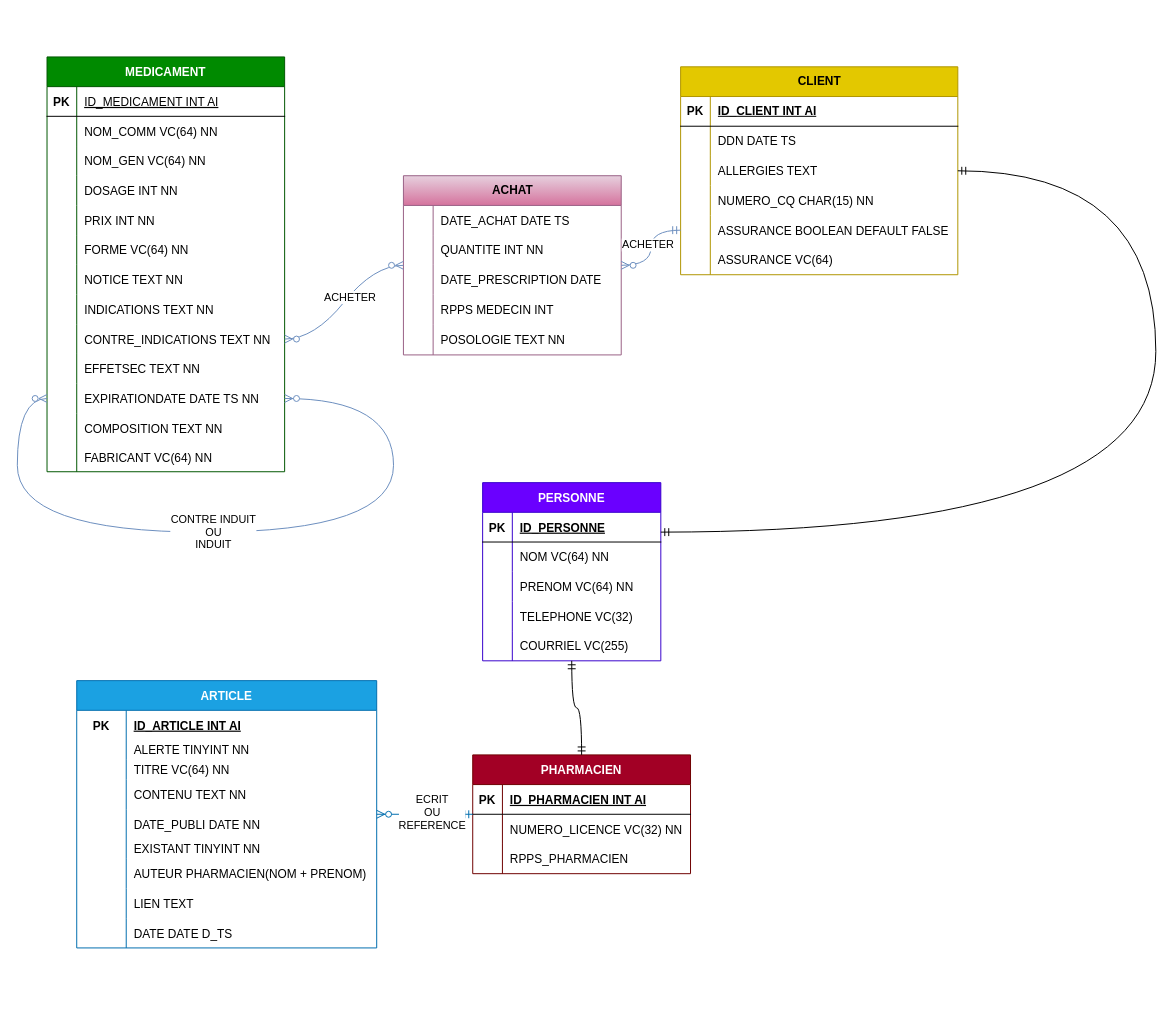
The draw.io diagram docs/MCD.drawio in LazuliEXE/PharmaZen, before the edit. Source tidied: cells renumbered, new cells numbered last; positions are measured from the earlier drawing's top-left corner, leaving out a move shared by most shapes. Both pictures are drawn from the tidied source at 99%, with x=0, y=0 at pixel (17, 56).
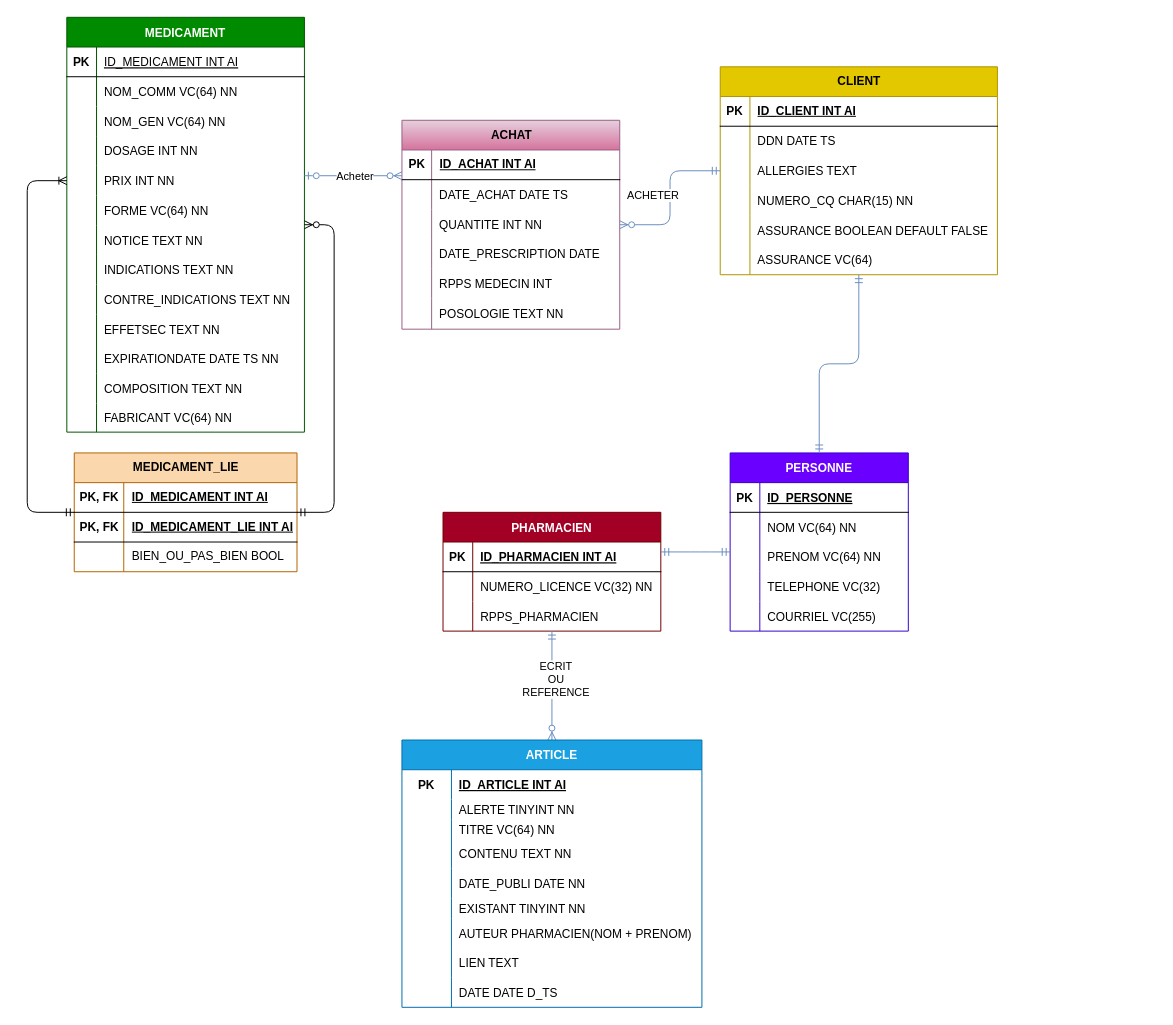
The same diagram, later.

The change refers to these unchanged cells:
```xml
<mxCell id="55" style="shape=tableRow;horizontal=0;startSize=0;swimlaneHead=0;swimlaneBody=0;fillColor=none;points=[[0,0.5],[1,0.5]];portConstraint=eastwest;top=0;left=0;right=0;bottom=0;" parent="42" vertex="1">
  <mxGeometry y="150" width="240" height="30" as="geometry" />
</mxCell>
<mxCell id="67" style="shape=tableRow;horizontal=0;startSize=0;swimlaneHead=0;swimlaneBody=0;fillColor=none;points=[[0,0.5],[1,0.5]];portConstraint=eastwest;top=0;left=0;right=0;bottom=0;" parent="42" vertex="1">
  <mxGeometry y="270" width="240" height="30" as="geometry" />
</mxCell>
<mxCell id="73" style="shape=tableRow;horizontal=0;startSize=0;swimlaneHead=0;swimlaneBody=0;fillColor=none;points=[[0,0.5],[1,0.5]];portConstraint=eastwest;top=0;left=0;right=0;bottom=0;" parent="42" vertex="1">
  <mxGeometry y="330" width="240" height="30" as="geometry" />
</mxCell>
<mxCell id="91" style="shape=tableRow;horizontal=0;startSize=0;swimlaneHead=0;swimlaneBody=0;fillColor=none;points=[[0,0.5],[1,0.5]];portConstraint=eastwest;top=0;left=0;right=0;bottom=0;" parent="84" vertex="1">
  <mxGeometry y="90" width="280" height="30" as="geometry" />
</mxCell>
<mxCell id="97" style="shape=tableRow;horizontal=0;startSize=0;swimlaneHead=0;swimlaneBody=0;fillColor=none;points=[[0,0.5],[1,0.5]];portConstraint=eastwest;top=0;left=0;right=0;bottom=0;" parent="84" vertex="1">
  <mxGeometry y="150" width="280" height="30" as="geometry" />
</mxCell>
```

Diff of the diagram source:
```diff
@@
     <mxCell id="2" value="PHARMACIEN" style="shape=table;startSize=30;childLayout=tableLayout;rowLines=0;fontStyle=1;align=center;fillColor=#a20025;strokeColor=#6F0000;fontColor=#ffffff;" parent="1" vertex="1">
-      <mxGeometry x="460" y="705" width="220" height="120" as="geometry" />
+      <mxGeometry x="430" y="460" width="220" height="120" as="geometry" />
     </mxCell>
@@
-    <mxCell id="12" style="edgeStyle=entityRelationEdgeStyle;fontSize=12;html=1;endArrow=ERzeroToMany;startArrow=ERmandOne;curved=1;fillColor=#1ba1e2;strokeColor=#006EAF;" parent="1" edge="1" source="2" target="14">
-      <mxGeometry relative="1" as="geometry" />
+    <mxCell id="12" style="edgeStyle=orthogonalEdgeStyle;fontSize=12;html=1;endArrow=ERzeroToMany;startArrow=ERmandOne;fillColor=#1ba1e2;strokeColor=#6C8EBF;" parent="1" edge="1" source="2" target="14">
+      <mxGeometry relative="1" as="geometry">
+        <Array as="points">
+          <mxPoint x="540" y="600" />
+          <mxPoint x="540" y="600" />
+        </Array>
+      </mxGeometry>
     </mxCell>
@@
     <mxCell id="14" value="ARTICLE" style="shape=table;startSize=30;childLayout=tableLayout;rowLines=0;fontStyle=1;align=center;fillColor=#1ba1e2;fontColor=#ffffff;strokeColor=#006EAF;" parent="1" vertex="1">
-      <mxGeometry x="60" y="630" width="303" height="270" as="geometry" />
+      <mxGeometry x="388.5" y="690" width="303" height="270" as="geometry" />
     </mxCell>
@@
     <mxCell id="42" value="MEDICAMENT" style="shape=table;startSize=30;childLayout=tableLayout;rowLines=0;fontStyle=1;align=center;fillColor=#008a00;fontColor=#ffffff;strokeColor=#005700;" parent="1" vertex="1">
-      <mxGeometry x="30" width="240" height="419" as="geometry" />
+      <mxGeometry x="50" y="-40" width="240" height="419" as="geometry" />
     </mxCell>
@@
-    <mxCell id="79" style="edgeStyle=orthogonalEdgeStyle;fontSize=12;html=1;endArrow=ERzeroToMany;endFill=1;startArrow=ERzeroToMany;rounded=0;exitX=0;exitY=0.5;exitDx=0;exitDy=0;curved=1;fillColor=#dae8fc;strokeColor=#6c8ebf;entryX=1;entryY=0.5;entryDx=0;entryDy=0;" parent="42" edge="1" source="73" target="73">
-      <mxGeometry relative="1" as="geometry">
-        <Array as="points">
-          <mxPoint x="-30" y="345" />
-          <mxPoint x="-30" y="480" />
-          <mxPoint x="350" y="480" />
-          <mxPoint x="350" y="345" />
-        </Array>
-      </mxGeometry>
-    </mxCell>
-    <mxCell id="80" value="CONTRE INDUIT&lt;br&gt;OU&lt;br&gt;INDUIT" style="edgeLabel;html=1;align=center;verticalAlign=middle;" parent="79" vertex="1">
-      <mxGeometry x="-0.08" y="1" relative="1" as="geometry" />
-    </mxCell>
@@
     <mxCell id="84" value="CLIENT" style="shape=table;startSize=30;childLayout=tableLayout;rowLines=0;fontStyle=1;align=center;html=1;fillColor=#e3c800;strokeColor=#B09500;fontColor=#000000;" parent="1" vertex="1">
-      <mxGeometry x="670" y="10" width="280" height="210" as="geometry" />
+      <mxGeometry x="710" y="10" width="280" height="210" as="geometry" />
     </mxCell>
@@
     <mxCell id="103" value="ACHAT" style="shape=table;startSize=30;childLayout=tableLayout;rowLines=0;fontStyle=1;align=center;html=1;fillColor=#e6d0de;gradientColor=#d5739d;strokeColor=#996185;" parent="1" vertex="1">
-      <mxGeometry x="390" y="120" width="220" height="181" as="geometry" />
+      <mxGeometry x="388.5" y="64" width="220" height="211" as="geometry" />
     </mxCell>
+    <mxCell id="141" style="shape=tableRow;horizontal=0;startSize=0;swimlaneHead=0;swimlaneBody=0;fillColor=none;top=0;left=0;right=0;bottom=1;" parent="103" vertex="1">
+      <mxGeometry y="30" width="220" height="30" as="geometry" />
+    </mxCell>
+    <mxCell id="142" value="PK" style="shape=partialRectangle;fillColor=none;top=0;left=0;bottom=0;right=0;fontStyle=1;overflow=hidden;whiteSpace=wrap;html=1;" parent="141" vertex="1">
+      <mxGeometry width="30" height="30" as="geometry" />
+    </mxCell>
+    <mxCell id="143" value="ID_ACHAT INT AI" style="shape=partialRectangle;fillColor=none;top=0;left=0;bottom=0;right=0;align=left;spacingLeft=6;fontStyle=5;overflow=hidden;whiteSpace=wrap;html=1;" parent="141" vertex="1">
+      <mxGeometry x="30" width="190" height="30" as="geometry" />
+    </mxCell>
     <mxCell id="104" style="shape=tableRow;horizontal=0;startSize=0;swimlaneHead=0;swimlaneBody=0;fillColor=none;top=0;left=0;right=0;bottom=0;" parent="103" vertex="1">
-      <mxGeometry y="30" width="220" height="30" as="geometry" />
+      <mxGeometry y="60" width="220" height="30" as="geometry" />
     </mxCell>
@@
     <mxCell id="107" style="shape=tableRow;horizontal=0;startSize=0;swimlaneHead=0;swimlaneBody=0;fillColor=none;top=0;left=0;right=0;bottom=0;" parent="103" vertex="1">
-      <mxGeometry y="60" width="220" height="30" as="geometry" />
+      <mxGeometry y="90" width="220" height="30" as="geometry" />
     </mxCell>
@@
     <mxCell id="110" style="shape=tableRow;horizontal=0;startSize=0;swimlaneHead=0;swimlaneBody=0;fillColor=none;top=0;left=0;right=0;bottom=0;" parent="103" vertex="1">
-      <mxGeometry y="90" width="220" height="30" as="geometry" />
+      <mxGeometry y="120" width="220" height="30" as="geometry" />
     </mxCell>
@@
     <mxCell id="113" style="shape=tableRow;horizontal=0;startSize=0;swimlaneHead=0;swimlaneBody=0;fillColor=none;top=0;left=0;right=0;bottom=0;" parent="103" vertex="1">
-      <mxGeometry y="120" width="220" height="30" as="geometry" />
+      <mxGeometry y="150" width="220" height="30" as="geometry" />
     </mxCell>
@@
     <mxCell id="116" style="shape=tableRow;horizontal=0;startSize=0;swimlaneHead=0;swimlaneBody=0;fillColor=none;top=0;left=0;right=0;bottom=0;" parent="103" vertex="1">
-      <mxGeometry y="150" width="220" height="31" as="geometry" />
+      <mxGeometry y="180" width="220" height="31" as="geometry" />
     </mxCell>
@@
-    <mxCell id="119" style="edgeStyle=entityRelationEdgeStyle;fontSize=12;html=1;endArrow=ERzeroToMany;endFill=1;startArrow=ERzeroToMany;rounded=0;strokeColor=#6c8ebf;curved=1;exitX=1;exitY=0.5;exitDx=0;exitDy=0;fillColor=#dae8fc;" parent="1" edge="1" source="67" target="103">
-      <mxGeometry relative="1" as="geometry" />
-    </mxCell>
-    <mxCell id="120" value="ACHETER" style="edgeLabel;html=1;align=center;verticalAlign=middle;" parent="119" vertex="1">
-      <mxGeometry x="0.09" y="-1" relative="1" as="geometry" />
-    </mxCell>
-    <mxCell id="121" style="edgeStyle=entityRelationEdgeStyle;fontSize=12;html=1;endArrow=ERzeroToMany;startArrow=ERmandOne;rounded=0;curved=1;exitX=0;exitY=0.5;exitDx=0;exitDy=0;fillColor=#dae8fc;strokeColor=#6c8ebf;" parent="1" edge="1" source="97" target="103">
+    <mxCell id="121" style="edgeStyle=orthogonalEdgeStyle;fontSize=12;html=1;endArrow=ERzeroToMany;startArrow=ERmandOne;rounded=1;fillColor=#dae8fc;strokeColor=#6C8EBF;curved=0;" parent="1" edge="1" source="84" target="103">
       <mxGeometry relative="1" as="geometry" />
     </mxCell>
     <mxCell id="122" value="ACHETER" style="edgeLabel;html=1;align=center;verticalAlign=middle;" parent="121" vertex="1">
       <mxGeometry x="-0.09" y="-4" relative="1" as="geometry">
-        <mxPoint y="1" as="offset" />
+        <mxPoint x="-14" y="4" as="offset" />
       </mxGeometry>
     </mxCell>
     <mxCell id="123" value="PERSONNE" style="shape=table;startSize=30;childLayout=tableLayout;rowLines=0;fontStyle=1;align=center;fillColor=#6a00ff;fontColor=#ffffff;strokeColor=#3700CC;" parent="1" vertex="1">
-      <mxGeometry x="470" y="430" width="180" height="180" as="geometry" />
+      <mxGeometry x="720" y="400" width="180" height="180" as="geometry" />
     </mxCell>
@@
-    <mxCell id="139" style="edgeStyle=orthogonalEdgeStyle;fontSize=12;html=1;endArrow=ERmandOne;startArrow=ERmandOne;curved=1;entryX=0.5;entryY=0;entryDx=0;entryDy=0;" parent="1" edge="1" source="123" target="2">
-      <mxGeometry relative="1" as="geometry" />
+    <mxCell id="139" style="edgeStyle=orthogonalEdgeStyle;fontSize=12;html=1;endArrow=ERmandOne;startArrow=ERmandOne;fillColor=#1ba1e2;strokeColor=#6C8EBF;" parent="1" edge="1" source="123" target="2">
+      <mxGeometry relative="1" as="geometry">
+        <Array as="points">
+          <mxPoint x="690" y="500" />
+          <mxPoint x="690" y="500" />
+        </Array>
+      </mxGeometry>
     </mxCell>
-    <mxCell id="140" style="edgeStyle=orthogonalEdgeStyle;fontSize=12;html=1;endArrow=ERmandOne;startArrow=ERmandOne;curved=1;entryX=1;entryY=0.5;entryDx=0;entryDy=0;" parent="1" edge="1" source="123" target="91">
-      <mxGeometry relative="1" as="geometry">
-        <Array as="points">
-          <mxPoint x="1150" y="480" />
-          <mxPoint x="1150" y="115" />
-        </Array>
-      </mxGeometry>
+    <mxCell id="140" style="edgeStyle=orthogonalEdgeStyle;fontSize=12;html=1;endArrow=ERmandOne;startArrow=ERmandOne;strokeColor=#6C8EBF;" parent="1" edge="1" source="123" target="84">
+      <mxGeometry relative="1" as="geometry" />
     </mxCell>
+    <mxCell id="144" style="edgeStyle=orthogonalEdgeStyle;fontSize=12;html=1;endArrow=ERzeroToMany;startArrow=ERzeroToOne;rounded=1;strokeColor=#6C8EBF;align=center;verticalAlign=middle;fontFamily=Helvetica;fontColor=default;labelBackgroundColor=default;endFill=1;fillColor=#dae8fc;startFill=0;curved=0;" parent="1" edge="1" source="42" target="103">
+      <mxGeometry relative="1" as="geometry">
+        <Array as="points">
+          <mxPoint x="340" y="120" />
+          <mxPoint x="340" y="120" />
+        </Array>
+      </mxGeometry>
+    </mxCell>
+    <mxCell id="145" value="Acheter" style="edgeLabel;html=1;align=center;verticalAlign=middle;" parent="144" vertex="1">
+      <mxGeometry x="-0.09" y="1" relative="1" as="geometry">
+        <mxPoint x="5" y="1" as="offset" />
+      </mxGeometry>
+    </mxCell>
+    <mxCell id="146" value="MEDICAMENT_LIE" style="shape=table;startSize=30;childLayout=tableLayout;rowLines=0;fontStyle=1;align=center;html=1;fillColor=#fad7ac;strokeColor=#b46504;" parent="1" vertex="1">
+      <mxGeometry x="57.5" y="400" width="225" height="120" as="geometry" />
+    </mxCell>
+    <mxCell id="147" style="shape=tableRow;horizontal=0;startSize=0;swimlaneHead=0;swimlaneBody=0;fillColor=none;top=0;left=0;right=0;bottom=1;" parent="146" vertex="1">
+      <mxGeometry y="30" width="225" height="30" as="geometry" />
+    </mxCell>
+    <mxCell id="148" value="PK, FK" style="shape=partialRectangle;fillColor=none;top=0;left=0;bottom=0;right=0;fontStyle=1;overflow=hidden;whiteSpace=wrap;html=1;" parent="147" vertex="1">
+      <mxGeometry width="50" height="30" as="geometry" />
+    </mxCell>
+    <mxCell id="149" value="ID_MEDICAMENT INT AI" style="shape=partialRectangle;fillColor=none;top=0;left=0;bottom=0;right=0;align=left;spacingLeft=6;fontStyle=5;overflow=hidden;whiteSpace=wrap;html=1;" parent="147" vertex="1">
+      <mxGeometry x="50" width="175" height="30" as="geometry" />
+    </mxCell>
+    <mxCell id="150" style="shape=tableRow;horizontal=0;startSize=0;swimlaneHead=0;swimlaneBody=0;fillColor=none;top=0;left=0;right=0;bottom=1;" parent="146" vertex="1">
+      <mxGeometry y="60" width="225" height="30" as="geometry" />
+    </mxCell>
+    <mxCell id="151" value="PK, FK" style="shape=partialRectangle;fillColor=none;top=0;left=0;bottom=0;right=0;fontStyle=1;overflow=hidden;whiteSpace=wrap;html=1;" parent="150" vertex="1">
+      <mxGeometry width="50" height="30" as="geometry" />
+    </mxCell>
+    <mxCell id="152" value="ID_MEDICAMENT_LIE INT AI" style="shape=partialRectangle;fillColor=none;top=0;left=0;bottom=0;right=0;align=left;spacingLeft=6;fontStyle=5;overflow=hidden;whiteSpace=wrap;html=1;" parent="150" vertex="1">
+      <mxGeometry x="50" width="175" height="30" as="geometry" />
+    </mxCell>
+    <mxCell id="153" style="shape=tableRow;horizontal=0;startSize=0;swimlaneHead=0;swimlaneBody=0;fillColor=none;top=0;left=0;right=0;bottom=0;" parent="146" vertex="1">
+      <mxGeometry y="90" width="225" height="30" as="geometry" />
+    </mxCell>
+    <mxCell id="154" style="shape=partialRectangle;fillColor=none;top=0;left=0;bottom=0;right=0;overflow=hidden;whiteSpace=wrap;html=1;" parent="153" vertex="1">
+      <mxGeometry width="50" height="30" as="geometry" />
+    </mxCell>
+    <mxCell id="155" value="BIEN_OU_PAS_BIEN BOOL" style="shape=partialRectangle;fillColor=none;top=0;left=0;bottom=0;right=0;align=left;spacingLeft=6;overflow=hidden;whiteSpace=wrap;html=1;" parent="153" vertex="1">
+      <mxGeometry x="50" width="175" height="30" as="geometry" />
+    </mxCell>
+    <mxCell id="156" style="edgeStyle=entityRelationEdgeStyle;fontSize=12;html=1;endArrow=ERzeroToMany;startArrow=ERmandOne;strokeColor=light-dark(#000000,#6C8EBF);" parent="1" edge="1" source="146" target="42">
+      <mxGeometry relative="1" as="geometry">
+        <Array as="points">
+          <mxPoint x="300" y="300" />
+          <mxPoint x="350" y="320" />
+          <mxPoint x="300" y="300" />
+        </Array>
+      </mxGeometry>
+    </mxCell>
+    <mxCell id="157" style="edgeStyle=orthogonalEdgeStyle;fontSize=12;html=1;endArrow=ERoneToMany;startArrow=ERmandOne;strokeColor=light-dark(#000000,#6C8EBF);entryX=0;entryY=0.5;entryDx=0;entryDy=0;startFill=0;endFill=0;" parent="1" edge="1" source="146" target="55">
+      <mxGeometry relative="1" as="geometry">
+        <Array as="points">
+          <mxPoint x="10" y="460" />
+          <mxPoint x="10" y="125" />
+        </Array>
+      </mxGeometry>
+    </mxCell>
```
